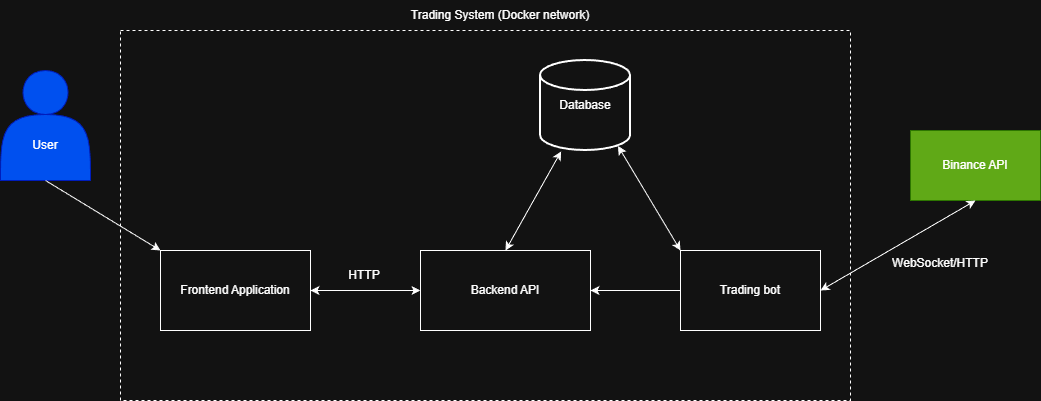
Earlier version of the draw.io export docs/architecture_diagram.png (KonradHD/trading-system). Source tidied: cells renumbered, new cells last; positions are measured from the earlier drawing's top-left corner, leaving out a move shared by most shapes. Its diagram source:
```xml
<mxGraphModel>
  <root>
    <mxCell id="0" />
    <mxCell id="1" parent="0" />
    <mxCell id="2" style="shape=actor;whiteSpace=wrap;html=1;fillColor=#0050ef;fontColor=#ffffff;strokeColor=#001DBC;" parent="1" vertex="1">
      <mxGeometry y="70" width="90" height="110" as="geometry" />
    </mxCell>
    <mxCell id="3" value="User" style="text;html=1;whiteSpace=wrap;strokeColor=none;fillColor=none;align=center;verticalAlign=middle;rounded=0;" parent="1" vertex="1">
      <mxGeometry x="15" y="130" width="60" height="30" as="geometry" />
    </mxCell>
    <mxCell id="4" value="Frontend Application" style="rounded=0;whiteSpace=wrap;html=1;" parent="1" vertex="1">
      <mxGeometry x="160" y="250" width="150" height="80" as="geometry" />
    </mxCell>
    <mxCell id="5" style="endArrow=classic;html=1;rounded=0;exitX=0.5;exitY=1;exitDx=0;exitDy=0;entryX=0;entryY=0;entryDx=0;entryDy=0;" parent="1" edge="1" source="2" target="4">
      <mxGeometry relative="1" as="geometry" />
    </mxCell>
    <mxCell id="6" value="Backend API" style="rounded=0;whiteSpace=wrap;html=1;" parent="1" vertex="1">
      <mxGeometry x="420" y="250" width="170" height="80" as="geometry" />
    </mxCell>
    <mxCell id="7" style="endArrow=classic;startArrow=classic;html=1;rounded=0;entryX=0;entryY=0.5;entryDx=0;entryDy=0;exitX=1;exitY=0.5;exitDx=0;exitDy=0;" parent="1" edge="1" source="4" target="6">
      <mxGeometry relative="1" as="geometry" />
    </mxCell>
    <mxCell id="8" value="HTTP" style="text;html=1;whiteSpace=wrap;strokeColor=none;fillColor=none;align=center;verticalAlign=middle;rounded=0;" parent="1" vertex="1">
      <mxGeometry x="333.5" y="260" width="60" height="30" as="geometry" />
    </mxCell>
    <mxCell id="9" value="Database" style="strokeWidth=2;html=1;shape=mxgraph.flowchart.database;whiteSpace=wrap;" parent="1" vertex="1">
      <mxGeometry x="540" y="60" width="90" height="90" as="geometry" />
    </mxCell>
    <mxCell id="10" style="endArrow=classic;startArrow=classic;html=1;rounded=0;entryX=0.229;entryY=1.01;entryDx=0;entryDy=0;entryPerimeter=0;exitX=0.5;exitY=0;exitDx=0;exitDy=0;" parent="1" edge="1" source="6" target="9">
      <mxGeometry relative="1" as="geometry" />
    </mxCell>
    <mxCell id="11" value="Trading bot" style="rounded=0;whiteSpace=wrap;html=1;" parent="1" vertex="1">
      <mxGeometry x="680" y="250" width="140" height="80" as="geometry" />
    </mxCell>
    <mxCell id="12" style="endArrow=classic;startArrow=classic;html=1;rounded=0;entryX=0.861;entryY=0.95;entryDx=0;entryDy=0;entryPerimeter=0;exitX=0;exitY=0;exitDx=0;exitDy=0;" parent="1" edge="1" source="11" target="9">
      <mxGeometry relative="1" as="geometry" />
    </mxCell>
    <mxCell id="13" style="endArrow=classic;html=1;rounded=0;exitX=0;exitY=0.5;exitDx=0;exitDy=0;entryX=1;entryY=0.5;entryDx=0;entryDy=0;" parent="1" edge="1" source="11" target="6">
      <mxGeometry relative="1" as="geometry" />
    </mxCell>
    <mxCell id="14" value="Binance API" style="rounded=0;whiteSpace=wrap;html=1;fillColor=#60a917;fontColor=#ffffff;strokeColor=#2D7600;" parent="1" vertex="1">
      <mxGeometry x="910" y="130" width="130" height="70" as="geometry" />
    </mxCell>
    <mxCell id="15" style="endArrow=classic;startArrow=classic;html=1;rounded=0;entryX=0.5;entryY=1;entryDx=0;entryDy=0;exitX=1;exitY=0.5;exitDx=0;exitDy=0;" parent="1" edge="1" source="11" target="14">
      <mxGeometry relative="1" as="geometry" />
    </mxCell>
    <mxCell id="16" value="WebSocket/HTTP&lt;div&gt;&lt;br&gt;&lt;/div&gt;" style="text;html=1;whiteSpace=wrap;strokeColor=none;fillColor=none;align=center;verticalAlign=middle;rounded=0;" parent="1" vertex="1">
      <mxGeometry x="880" y="250" width="120" height="40" as="geometry" />
    </mxCell>
    <mxCell id="17" style="rounded=0;whiteSpace=wrap;html=1;dashed=1;fillColor=none;" parent="1" vertex="1">
      <mxGeometry x="120" y="30" width="730" height="370" as="geometry" />
    </mxCell>
    <mxCell id="18" value="Trading System (Docker network)" style="text;html=1;whiteSpace=wrap;strokeColor=none;fillColor=none;align=center;verticalAlign=middle;rounded=0;" parent="1" vertex="1">
      <mxGeometry x="400" width="200" height="30" as="geometry" />
    </mxCell>
  </root>
</mxGraphModel>
```
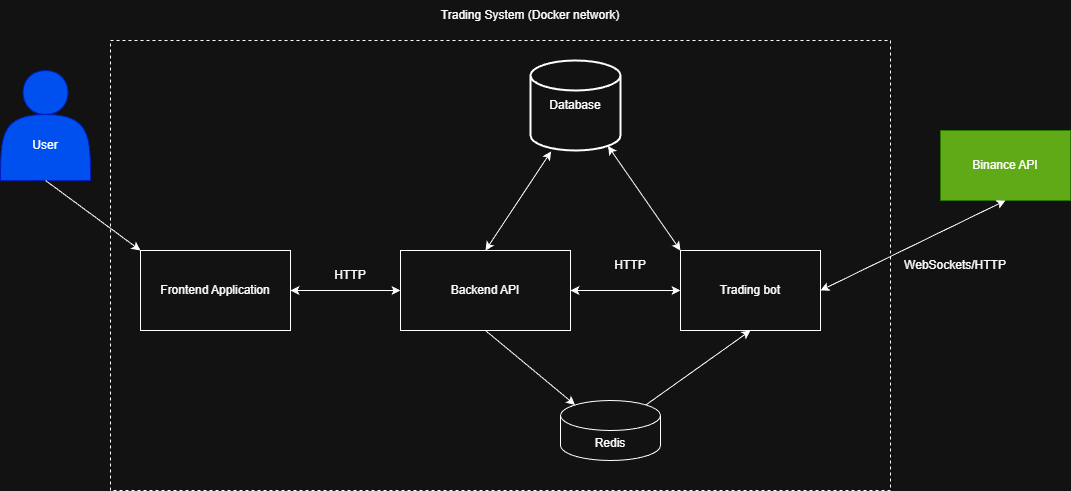
The same file after the commit.

Change to the diagram source:
```diff
@@ -3,55 +3,67 @@
     <mxCell id="0" />
     <mxCell id="1" parent="0" />
     <mxCell id="2" style="shape=actor;whiteSpace=wrap;html=1;fillColor=#0050ef;fontColor=#ffffff;strokeColor=#001DBC;" parent="1" vertex="1">
-      <mxGeometry y="70" width="90" height="110" as="geometry" />
+      <mxGeometry x="-30" y="70" width="90" height="110" as="geometry" />
     </mxCell>
     <mxCell id="3" value="User" style="text;html=1;whiteSpace=wrap;strokeColor=none;fillColor=none;align=center;verticalAlign=middle;rounded=0;" parent="1" vertex="1">
-      <mxGeometry x="15" y="130" width="60" height="30" as="geometry" />
+      <mxGeometry x="-15" y="130" width="60" height="30" as="geometry" />
     </mxCell>
     <mxCell id="4" value="Frontend Application" style="rounded=0;whiteSpace=wrap;html=1;" parent="1" vertex="1">
-      <mxGeometry x="160" y="250" width="150" height="80" as="geometry" />
+      <mxGeometry x="110" y="250" width="150" height="80" as="geometry" />
     </mxCell>
     <mxCell id="5" style="endArrow=classic;html=1;rounded=0;exitX=0.5;exitY=1;exitDx=0;exitDy=0;entryX=0;entryY=0;entryDx=0;entryDy=0;" parent="1" edge="1" source="2" target="4">
       <mxGeometry relative="1" as="geometry" />
     </mxCell>
     <mxCell id="6" value="Backend API" style="rounded=0;whiteSpace=wrap;html=1;" parent="1" vertex="1">
-      <mxGeometry x="420" y="250" width="170" height="80" as="geometry" />
+      <mxGeometry x="370" y="250" width="170" height="80" as="geometry" />
     </mxCell>
     <mxCell id="7" style="endArrow=classic;startArrow=classic;html=1;rounded=0;entryX=0;entryY=0.5;entryDx=0;entryDy=0;exitX=1;exitY=0.5;exitDx=0;exitDy=0;" parent="1" edge="1" source="4" target="6">
       <mxGeometry relative="1" as="geometry" />
     </mxCell>
     <mxCell id="8" value="HTTP" style="text;html=1;whiteSpace=wrap;strokeColor=none;fillColor=none;align=center;verticalAlign=middle;rounded=0;" parent="1" vertex="1">
-      <mxGeometry x="333.5" y="260" width="60" height="30" as="geometry" />
+      <mxGeometry x="290" y="260" width="60" height="30" as="geometry" />
     </mxCell>
     <mxCell id="9" value="Database" style="strokeWidth=2;html=1;shape=mxgraph.flowchart.database;whiteSpace=wrap;" parent="1" vertex="1">
-      <mxGeometry x="540" y="60" width="90" height="90" as="geometry" />
+      <mxGeometry x="500" y="60" width="90" height="90" as="geometry" />
     </mxCell>
     <mxCell id="10" style="endArrow=classic;startArrow=classic;html=1;rounded=0;entryX=0.229;entryY=1.01;entryDx=0;entryDy=0;entryPerimeter=0;exitX=0.5;exitY=0;exitDx=0;exitDy=0;" parent="1" edge="1" source="6" target="9">
       <mxGeometry relative="1" as="geometry" />
     </mxCell>
     <mxCell id="11" value="Trading bot" style="rounded=0;whiteSpace=wrap;html=1;" parent="1" vertex="1">
-      <mxGeometry x="680" y="250" width="140" height="80" as="geometry" />
+      <mxGeometry x="650" y="250" width="140" height="80" as="geometry" />
     </mxCell>
     <mxCell id="12" style="endArrow=classic;startArrow=classic;html=1;rounded=0;entryX=0.861;entryY=0.95;entryDx=0;entryDy=0;entryPerimeter=0;exitX=0;exitY=0;exitDx=0;exitDy=0;" parent="1" edge="1" source="11" target="9">
       <mxGeometry relative="1" as="geometry" />
     </mxCell>
-    <mxCell id="13" style="endArrow=classic;html=1;rounded=0;exitX=0;exitY=0.5;exitDx=0;exitDy=0;entryX=1;entryY=0.5;entryDx=0;entryDy=0;" parent="1" edge="1" source="11" target="6">
-      <mxGeometry relative="1" as="geometry" />
-    </mxCell>
     <mxCell id="14" value="Binance API" style="rounded=0;whiteSpace=wrap;html=1;fillColor=#60a917;fontColor=#ffffff;strokeColor=#2D7600;" parent="1" vertex="1">
       <mxGeometry x="910" y="130" width="130" height="70" as="geometry" />
     </mxCell>
     <mxCell id="15" style="endArrow=classic;startArrow=classic;html=1;rounded=0;entryX=0.5;entryY=1;entryDx=0;entryDy=0;exitX=1;exitY=0.5;exitDx=0;exitDy=0;" parent="1" edge="1" source="11" target="14">
       <mxGeometry relative="1" as="geometry" />
     </mxCell>
-    <mxCell id="16" value="WebSocket/HTTP&lt;div&gt;&lt;br&gt;&lt;/div&gt;" style="text;html=1;whiteSpace=wrap;strokeColor=none;fillColor=none;align=center;verticalAlign=middle;rounded=0;" parent="1" vertex="1">
-      <mxGeometry x="880" y="250" width="120" height="40" as="geometry" />
+    <mxCell id="16" value="WebSockets/HTTP" style="text;html=1;whiteSpace=wrap;strokeColor=none;fillColor=none;align=center;verticalAlign=middle;rounded=0;" parent="1" vertex="1">
+      <mxGeometry x="860" y="250" width="130" height="30" as="geometry" />
     </mxCell>
     <mxCell id="17" style="rounded=0;whiteSpace=wrap;html=1;dashed=1;fillColor=none;" parent="1" vertex="1">
-      <mxGeometry x="120" y="30" width="730" height="370" as="geometry" />
+      <mxGeometry x="80" y="40" width="780" height="450" as="geometry" />
     </mxCell>
     <mxCell id="18" value="Trading System (Docker network)" style="text;html=1;whiteSpace=wrap;strokeColor=none;fillColor=none;align=center;verticalAlign=middle;rounded=0;" parent="1" vertex="1">
       <mxGeometry x="400" width="200" height="30" as="geometry" />
     </mxCell>
+    <mxCell id="19" style="endArrow=classic;startArrow=classic;html=1;rounded=0;entryX=0;entryY=0.5;entryDx=0;entryDy=0;exitX=1;exitY=0.5;exitDx=0;exitDy=0;" parent="1" edge="1" source="6" target="11">
+      <mxGeometry relative="1" as="geometry" />
+    </mxCell>
+    <mxCell id="20" value="Redis" style="shape=cylinder3;whiteSpace=wrap;html=1;boundedLbl=1;backgroundOutline=1;size=15;" parent="1" vertex="1">
+      <mxGeometry x="530" y="400" width="100" height="60" as="geometry" />
+    </mxCell>
+    <mxCell id="21" value="HTTP" style="text;html=1;whiteSpace=wrap;strokeColor=none;fillColor=none;align=center;verticalAlign=middle;rounded=0;" parent="1" vertex="1">
+      <mxGeometry x="570" y="250" width="60" height="30" as="geometry" />
+    </mxCell>
+    <mxCell id="22" style="endArrow=classic;html=1;rounded=0;exitX=0.5;exitY=1;exitDx=0;exitDy=0;entryX=0.145;entryY=0;entryDx=0;entryDy=4.35;entryPerimeter=0;" parent="1" edge="1" source="6" target="20">
+      <mxGeometry relative="1" as="geometry" />
+    </mxCell>
+    <mxCell id="23" style="endArrow=classic;html=1;rounded=0;exitX=0.855;exitY=0;exitDx=0;exitDy=4.35;exitPerimeter=0;entryX=0.5;entryY=1;entryDx=0;entryDy=0;" parent="1" edge="1" source="20" target="11">
+      <mxGeometry relative="1" as="geometry" />
+    </mxCell>
   </root>
 </mxGraphModel>
```
